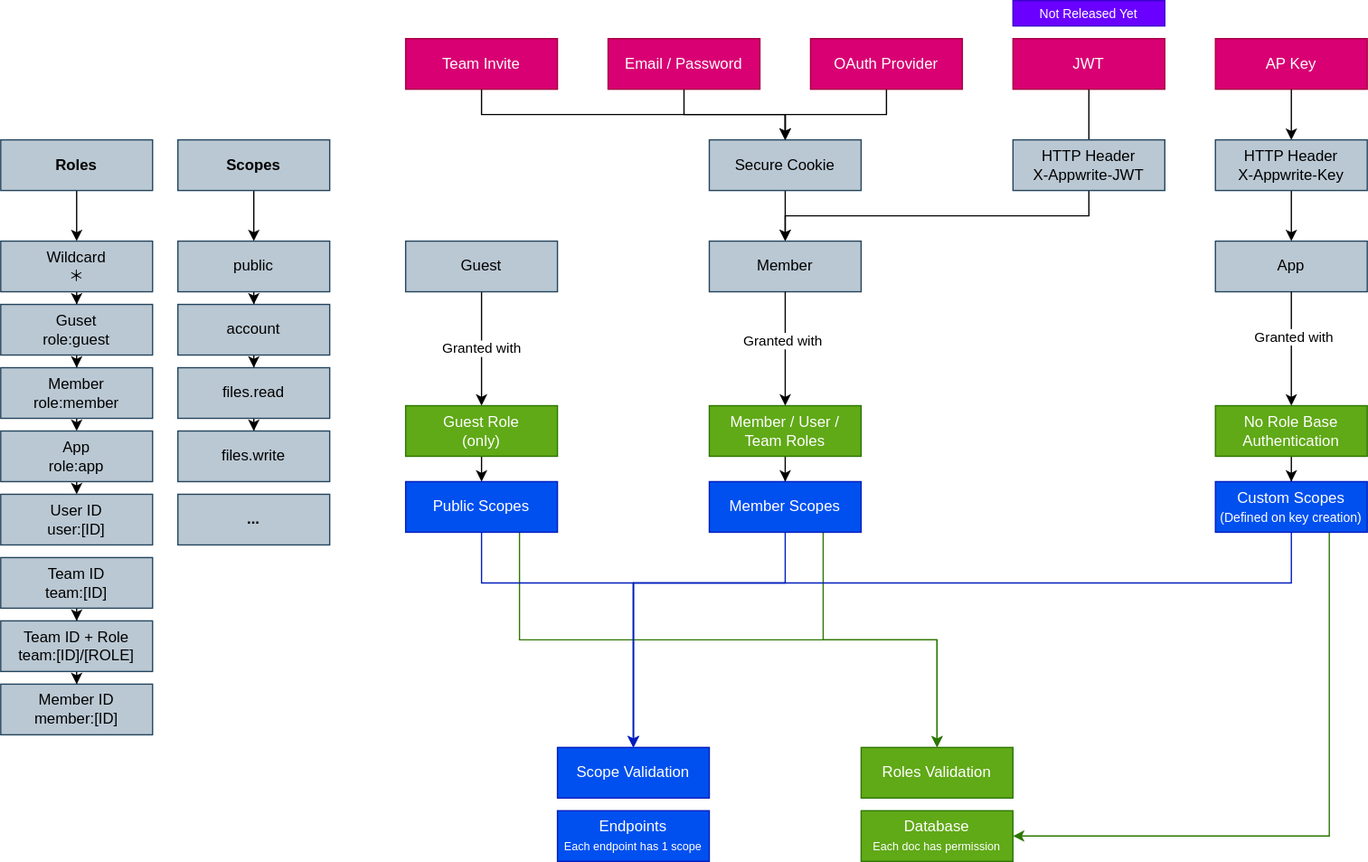
This is docs/specs/authentication.drawio.svg from silverknight59222/appwrite, a draw.io export, as it was before one commit. Source tidied: cells renumbered, new cells last; positions are measured from the earlier drawing's top-left corner, leaving out a move shared by most shapes.
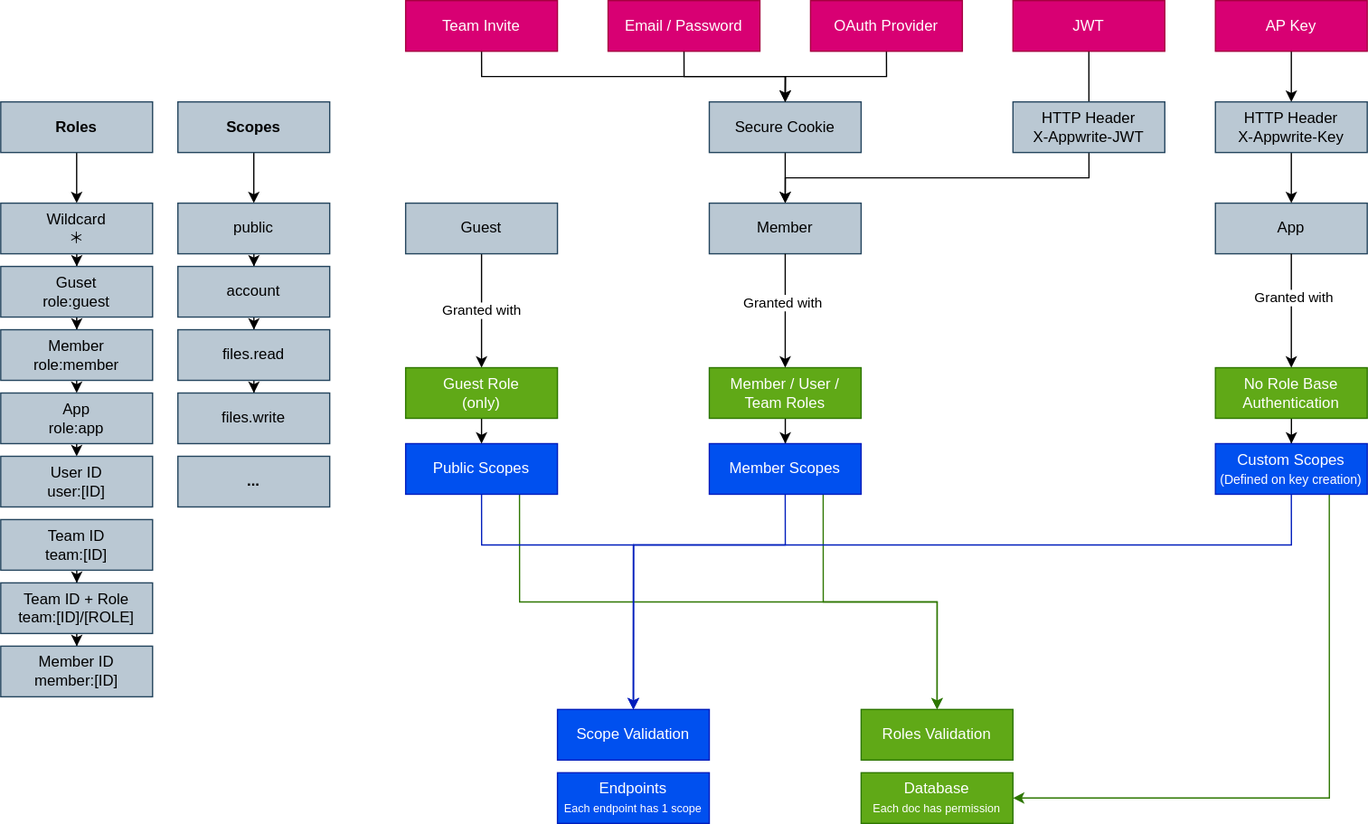
The same diagram one commit later.

The edit, as a diff of the source:
```diff
@@ -236,8 +236,5 @@
     <mxCell id="70" value="HTTP Header&lt;br&gt;X-Appwrite-JWT" style="rounded=0;whiteSpace=wrap;html=1;strokeColor=#23445d;fillColor=#bac8d3;fontColor=#000000;labelBorderColor=none;" parent="1" vertex="1">
       <mxGeometry x="800" y="110" width="120" height="40" as="geometry" />
     </mxCell>
-    <mxCell id="71" value="&lt;font style=&quot;font-size: 10px&quot;&gt;Not Released Yet&lt;/font&gt;" style="rounded=0;whiteSpace=wrap;html=1;strokeColor=#3700CC;fillColor=#6a00ff;fontColor=#ffffff;labelBorderColor=none;" parent="1" vertex="1">
-      <mxGeometry x="800" width="120" height="20" as="geometry" />
-    </mxCell>
   </root>
 </mxGraphModel>
```
